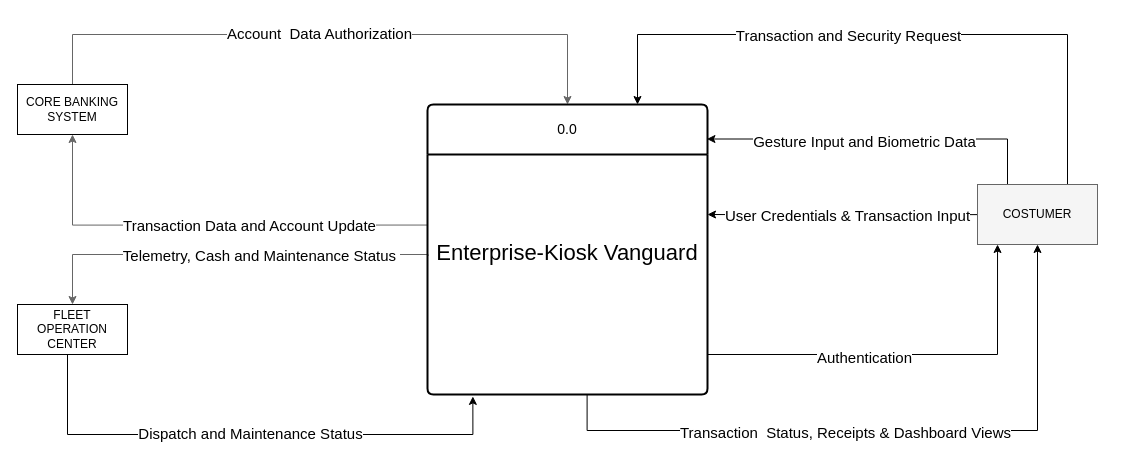
Above: DfdLevel-0.drawio in y0ckbee/VanguardAtm-SAD (draw.io), before the change. Source tidied: cells renumbered, new cells numbered last; positions are measured from the earlier drawing's top-left corner, leaving out a move shared by most shapes. Both pictures are drawn from the tidied source at 100%, with x=0, y=0 at pixel (17, 34).
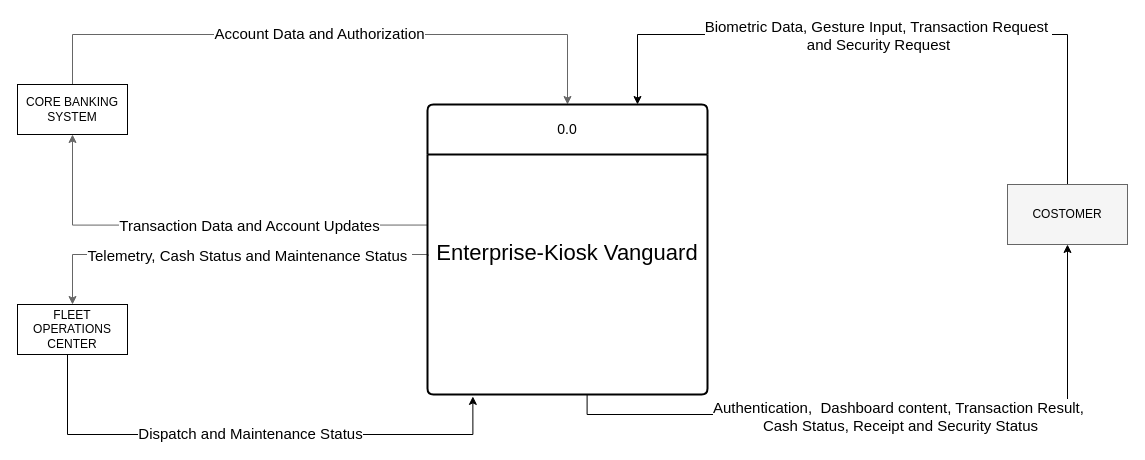
Above is the later version.

Unchanged cells that the change refers to:
```xml
<mxCell id="4" style="edgeStyle=orthogonalEdgeStyle;rounded=0;jettySize=auto;html=1;exitX=0.75;exitY=0;exitDx=0;exitDy=0;entryX=0.75;entryY=0;entryDx=0;entryDy=0;" parent="1" edge="1" source="8" target="23">
  <mxGeometry relative="1" as="geometry">
    <Array as="points">
      <mxPoint x="1050" />
      <mxPoint x="620" />
    </Array>
  </mxGeometry>
</mxCell>
<mxCell id="11" style="edgeStyle=orthogonalEdgeStyle;rounded=0;jettySize=auto;html=1;fillColor=#f5f5f5;strokeColor=#666666;fontColor=light-dark(#000000,#FFFFFF);labelBackgroundColor=none;exitX=0.5;exitY=0;exitDx=0;exitDy=0;entryX=0.5;entryY=0;entryDx=0;entryDy=0;" parent="1" edge="1" source="13" target="23">
  <mxGeometry relative="1" as="geometry">
    <Array as="points">
      <mxPoint x="55" />
      <mxPoint x="550" />
    </Array>
  </mxGeometry>
</mxCell>
<mxCell id="17" style="edgeStyle=orthogonalEdgeStyle;rounded=0;jettySize=auto;html=1;exitX=0.001;exitY=0.294;exitDx=0;exitDy=0;entryX=0.5;entryY=1;entryDx=0;entryDy=0;fillColor=#f5f5f5;strokeColor=#666666;fontColor=light-dark(#000000,#FFFFFF);labelBackgroundColor=none;exitPerimeter=0;" parent="1" edge="1" source="24" target="13">
  <mxGeometry relative="1" as="geometry" />
</mxCell>
<mxCell id="19" style="edgeStyle=orthogonalEdgeStyle;rounded=0;jettySize=auto;html=1;fillColor=#f5f5f5;strokeColor=#666666;fontColor=light-dark(#000000,#FFFFFF);labelBackgroundColor=none;entryX=0.5;entryY=0;entryDx=0;entryDy=0;exitX=0.002;exitY=0.423;exitDx=0;exitDy=0;exitPerimeter=0;" parent="1" edge="1" source="24" target="16">
  <mxGeometry relative="1" as="geometry">
    <Array as="points">
      <mxPoint x="410.6" y="220" />
      <mxPoint x="55" y="220" />
    </Array>
  </mxGeometry>
</mxCell>
<mxCell id="23" value="0.0" style="swimlane;horizontal=1;startSize=50;rounded=1;fontSize=14;fontStyle=0;strokeWidth=2;shadow=0;dashed=0;align=center;arcSize=4;whiteSpace=wrap;html=1;" parent="1" vertex="1">
  <mxGeometry x="410" y="70" width="280" height="290" as="geometry" />
</mxCell>
<mxCell id="24" value="&lt;div&gt;&lt;font style=&quot;font-size: 22px;&quot;&gt;&lt;br&gt;&lt;/font&gt;&lt;/div&gt;&lt;font style=&quot;font-size: 22px;&quot;&gt;&lt;div&gt;&lt;font style=&quot;font-size: 22px;&quot;&gt;&lt;br&gt;&lt;/font&gt;&lt;/div&gt;&lt;div&gt;&lt;font style=&quot;font-size: 22px;&quot;&gt;&lt;br&gt;&lt;/font&gt;&lt;/div&gt;Enterprise-Kiosk Vanguard&lt;/font&gt;" style="align=center;strokeColor=none;fillColor=none;spacingLeft=4;spacingRight=4;fontSize=12;verticalAlign=top;html=1;whiteSpace=wrap;" parent="23" vertex="1">
  <mxGeometry y="50" width="280" height="240" as="geometry" />
</mxCell>
```

Change to the diagram source:
```diff
@@
-    <mxCell id="2" style="edgeStyle=orthogonalEdgeStyle;rounded=0;jettySize=auto;html=1;exitX=0;exitY=0.5;exitDx=0;exitDy=0;entryX=1;entryY=0.25;entryDx=0;entryDy=0;" parent="1" edge="1" target="24">
-      <mxGeometry relative="1" as="geometry">
-        <mxPoint x="990" y="180" as="sourcePoint" />
-      </mxGeometry>
-    </mxCell>
-    <mxCell id="3" value="&lt;font&gt;User Credentials &amp;amp; Transaction Input&lt;/font&gt;" style="edgeLabel;html=1;align=center;verticalAlign=middle;fontSize=15;" parent="2" vertex="1">
-      <mxGeometry x="-0.17" y="2" relative="1" as="geometry">
-        <mxPoint x="-36" y="-2" as="offset" />
-      </mxGeometry>
-    </mxCell>
@@
-    <mxCell id="5" value="&lt;font&gt;Transaction and Security Request&lt;/font&gt;" style="edgeLabel;html=1;align=center;verticalAlign=middle;fontSize=15;" parent="4" vertex="1">
+    <mxCell id="5" value="Biometric Data, Gesture Input, Transaction Request&amp;nbsp;&lt;div&gt;and Security Request&lt;/div&gt;" style="edgeLabel;html=1;align=center;verticalAlign=middle;fontSize=15;" parent="4" vertex="1">
       <mxGeometry x="0.29" y="-3" relative="1" as="geometry">
-        <mxPoint x="49" y="3" as="offset" />
+        <mxPoint x="69" y="3" as="offset" />
       </mxGeometry>
     </mxCell>
-    <mxCell id="6" style="rounded=0;jettySize=auto;html=1;exitX=0.25;exitY=0;exitDx=0;exitDy=0;entryX=0.998;entryY=0.119;entryDx=0;entryDy=0;entryPerimeter=0;edgeStyle=orthogonalEdgeStyle;" parent="1" edge="1" source="8" target="23">
-      <mxGeometry relative="1" as="geometry">
-        <Array as="points">
-          <mxPoint x="990" y="104.5" />
-        </Array>
-      </mxGeometry>
-    </mxCell>
-    <mxCell id="7" value="&lt;font style=&quot;font-size: 15px;&quot;&gt;Gesture Input and Biometric Data&lt;/font&gt;" style="edgeLabel;html=1;align=center;verticalAlign=middle;" parent="6" vertex="1">
-      <mxGeometry x="0.09" y="2" relative="1" as="geometry" />
-    </mxCell>
-    <mxCell id="8" value="COSTUMER" style="rounded=0;whiteSpace=wrap;html=1;fillColor=#f5f5f5;fontColor=light-dark(#000000,#FFFFFF);strokeColor=#666666;labelBackgroundColor=none;" parent="1" vertex="1">
-      <mxGeometry x="960" y="150" width="120" height="60" as="geometry" />
+    <mxCell id="8" value="COSTOMER" style="rounded=0;whiteSpace=wrap;html=1;fillColor=#f5f5f5;fontColor=light-dark(#000000,#FFFFFF);strokeColor=#666666;labelBackgroundColor=none;" parent="1" vertex="1">
+      <mxGeometry x="990" y="150" width="120" height="60" as="geometry" />
     </mxCell>
-    <mxCell id="9" style="edgeStyle=orthogonalEdgeStyle;rounded=0;jettySize=auto;html=1;entryX=0.5;entryY=1;entryDx=0;entryDy=0;exitX=0.57;exitY=1;exitDx=0;exitDy=0;exitPerimeter=0;" parent="1" edge="1" source="24" target="8">
-      <mxGeometry relative="1" as="geometry">
-        <Array as="points">
-          <mxPoint x="569.6" y="396" />
-          <mxPoint x="1020" y="396" />
-        </Array>
-      </mxGeometry>
+    <mxCell id="9" style="rounded=0;jettySize=auto;html=1;exitX=0.57;exitY=1;exitDx=0;exitDy=0;exitPerimeter=0;entryX=0.5;entryY=1;entryDx=0;entryDy=0;edgeStyle=orthogonalEdgeStyle;" parent="1" edge="1" source="24" target="8">
+      <mxGeometry x="0.15" relative="1" as="geometry" />
     </mxCell>
-    <mxCell id="10" value="&lt;font style=&quot;font-size: 15px;&quot;&gt;Transaction&amp;nbsp; Status, Receipts &amp;amp; Dashboard Views&lt;/font&gt;" style="edgeLabel;html=1;align=center;verticalAlign=middle;" parent="9" vertex="1">
-      <mxGeometry x="-0.17" y="-1" relative="1" as="geometry">
+    <mxCell id="10" value="&lt;font style=&quot;font-size: 15px;&quot;&gt;Authentication,&amp;nbsp; Dashboard content, Transaction Result,&amp;nbsp;&lt;/font&gt;&lt;div&gt;&lt;font style=&quot;font-size: 15px;&quot;&gt;Cash Status, Receipt and Security Status&lt;/font&gt;&lt;/div&gt;" style="edgeLabel;html=1;align=center;verticalAlign=middle;" parent="9" vertex="1">
+      <mxGeometry x="-0.05" y="-1" relative="1" as="geometry">
         <mxPoint x="15" as="offset" />
       </mxGeometry>
     </mxCell>
@@
-    <mxCell id="12" value="&lt;font style=&quot;font-size: 15px;&quot;&gt;Account&amp;nbsp; Data Authorization&lt;/font&gt;" style="edgeLabel;html=1;align=center;verticalAlign=middle;" parent="11" vertex="1">
+    <mxCell id="12" value="&lt;font style=&quot;font-size: 15px;&quot;&gt;Account Data and Authorization&lt;/font&gt;" style="edgeLabel;html=1;align=center;verticalAlign=middle;" parent="11" vertex="1">
       <mxGeometry x="-0.33" y="2" relative="1" as="geometry">
         <mxPoint x="90" as="offset" />
       </mxGeometry>
     </mxCell>
@@
-    <mxCell id="16" value="FLEET OPERATION CENTER" style="rounded=0;whiteSpace=wrap;html=1;" parent="1" vertex="1">
+    <mxCell id="16" value="FLEET OPERATIONS CENTER" style="rounded=0;whiteSpace=wrap;html=1;" parent="1" vertex="1">
       <mxGeometry y="270" width="110" height="50" as="geometry" />
     </mxCell>
@@
-    <mxCell id="18" value="&lt;font style=&quot;font-size: 15px;&quot;&gt;Transaction Data and Account Update&lt;/font&gt;" style="edgeLabel;html=1;align=center;verticalAlign=middle;" parent="17" vertex="1">
+    <mxCell id="18" value="&lt;font style=&quot;font-size: 15px;&quot;&gt;Transaction Data and Account Updates&lt;/font&gt;" style="edgeLabel;html=1;align=center;verticalAlign=middle;" parent="17" vertex="1">
       <mxGeometry x="-0.14" y="-2" relative="1" as="geometry">
         <mxPoint x="13" y="2" as="offset" />
       </mxGeometry>
     </mxCell>
@@
-    <mxCell id="20" value="&lt;font style=&quot;font-size: 15px;&quot;&gt;Telemetry, Cash and Maintenance Status&amp;nbsp;&lt;/font&gt;" style="edgeLabel;html=1;align=center;verticalAlign=middle;" parent="19" vertex="1">
+    <mxCell id="20" value="&lt;font style=&quot;font-size: 15px;&quot;&gt;Telemetry, Cash&amp;nbsp;Status and Maintenance Status&amp;nbsp;&lt;/font&gt;" style="edgeLabel;html=1;align=center;verticalAlign=middle;" parent="19" vertex="1">
       <mxGeometry x="-0.15" y="-2" relative="1" as="geometry">
-        <mxPoint x="4" y="2" as="offset" />
+        <mxPoint x="-8" y="2" as="offset" />
       </mxGeometry>
     </mxCell>
-    <mxCell id="21" style="edgeStyle=orthogonalEdgeStyle;rounded=0;jettySize=auto;html=1;exitX=1;exitY=1;exitDx=0;exitDy=0;entryX=0.167;entryY=1;entryDx=0;entryDy=0;entryPerimeter=0;" parent="1" edge="1" target="8">
-      <mxGeometry relative="1" as="geometry">
-        <mxPoint x="690" y="320" as="sourcePoint" />
-        <Array as="points">
-          <mxPoint x="980" y="320" />
-        </Array>
-      </mxGeometry>
-    </mxCell>
-    <mxCell id="22" value="&lt;font style=&quot;font-size: 15px;&quot;&gt;Authentication&lt;/font&gt;" style="edgeLabel;html=1;align=center;verticalAlign=middle;" parent="21" vertex="1">
-      <mxGeometry x="-0.22" y="-2" relative="1" as="geometry" />
-    </mxCell>
```
